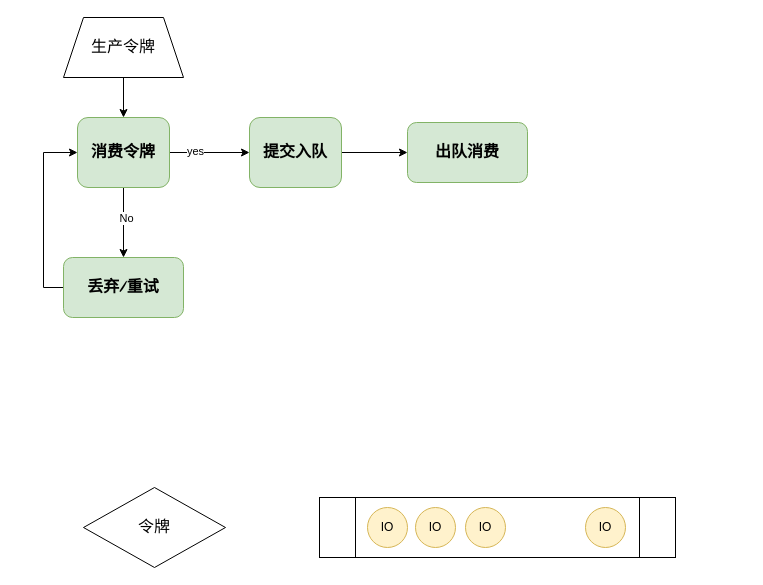
The draw.io diagram page "Qos" (17 of 17) of draw_blobstore.drawio in mawei029/milin_draw, before the edit. Source tidied: cells renumbered, new cells numbered last; positions are measured from the earlier drawing's top-left corner, leaving out a move shared by most shapes. Both pictures are drawn from the tidied source at 100%, with x=0, y=0 at pixel (43, 17).
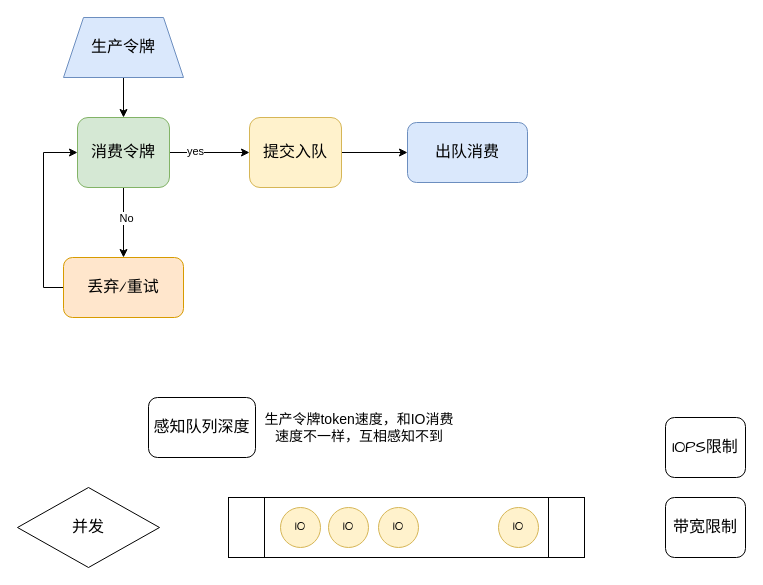
After the change.

What changed in the source:
```diff
@@
-    <mxCell id="2" style="edgeStyle=orthogonalEdgeStyle;rounded=0;jettySize=auto;html=1;" parent="1" edge="1" source="6" target="10">
+    <mxCell id="2" style="edgeStyle=orthogonalEdgeStyle;rounded=0;jettySize=auto;html=1;fontSize=14;" parent="1" edge="1" source="6" target="10">
       <mxGeometry relative="1" as="geometry" />
     </mxCell>
@@
-    <mxCell id="4" style="edgeStyle=orthogonalEdgeStyle;rounded=0;jettySize=auto;html=1;" parent="1" edge="1" source="6" target="12">
+    <mxCell id="4" style="edgeStyle=orthogonalEdgeStyle;rounded=0;jettySize=auto;html=1;fontSize=14;" parent="1" edge="1" source="6" target="12">
       <mxGeometry relative="1" as="geometry" />
     </mxCell>
@@
-    <mxCell id="6" value="消费令牌" style="rounded=1;whiteSpace=wrap;html=1;fontFamily=Comic Sans MS;fontStyle=1;fontSize=16;align=center;fillColor=#d5e8d4;strokeColor=#82b366;" parent="1" vertex="1">
+    <mxCell id="6" value="消费令牌" style="rounded=1;whiteSpace=wrap;html=1;fontFamily=Comic Sans MS;fontStyle=0;fontSize=16;align=center;fillColor=#d5e8d4;strokeColor=#82b366;" parent="1" vertex="1">
       <mxGeometry x="34" y="100" width="92" height="70" as="geometry" />
     </mxCell>
@@
-    <mxCell id="8" value="生产令牌" style="shape=trapezoid;perimeter=trapezoidPerimeter;whiteSpace=wrap;html=1;fixedSize=1;fontFamily=Comic Sans MS;fontSize=16;" parent="1" vertex="1">
+    <mxCell id="8" value="生产令牌" style="shape=trapezoid;perimeter=trapezoidPerimeter;whiteSpace=wrap;html=1;fixedSize=1;fontFamily=Comic Sans MS;fontSize=16;fillColor=#dae8fc;strokeColor=#6c8ebf;fontStyle=0;" parent="1" vertex="1">
       <mxGeometry x="20" width="120" height="60" as="geometry" />
     </mxCell>
@@
-    <mxCell id="10" value="提交入队" style="rounded=1;whiteSpace=wrap;html=1;fontFamily=Comic Sans MS;fontStyle=1;fontSize=16;align=center;fillColor=#d5e8d4;strokeColor=#82b366;" parent="1" vertex="1">
+    <mxCell id="10" value="提交入队" style="rounded=1;whiteSpace=wrap;html=1;fontFamily=Comic Sans MS;fontStyle=0;fontSize=16;align=center;fillColor=#fff2cc;strokeColor=#d6b656;" parent="1" vertex="1">
       <mxGeometry x="206" y="100" width="92" height="70" as="geometry" />
     </mxCell>
@@
-    <mxCell id="12" value="丢弃/重试" style="whiteSpace=wrap;html=1;fontSize=16;fontFamily=Comic Sans MS;fillColor=#d5e8d4;strokeColor=#82b366;rounded=1;fontStyle=1;" parent="1" vertex="1">
+    <mxCell id="12" value="丢弃/重试" style="whiteSpace=wrap;html=1;fontSize=16;fontFamily=Comic Sans MS;fillColor=#ffe6cc;strokeColor=#d79b00;rounded=1;fontStyle=0;" parent="1" vertex="1">
       <mxGeometry x="20" y="240" width="120" height="60" as="geometry" />
     </mxCell>
-    <mxCell id="13" value="出队消费" style="whiteSpace=wrap;html=1;fontSize=16;fontFamily=Comic Sans MS;fillColor=#d5e8d4;strokeColor=#82b366;rounded=1;fontStyle=1;" parent="1" vertex="1">
+    <mxCell id="13" value="出队消费" style="whiteSpace=wrap;html=1;fontSize=16;fontFamily=Comic Sans MS;fillColor=#dae8fc;strokeColor=#6c8ebf;rounded=1;fontStyle=0;" parent="1" vertex="1">
       <mxGeometry x="364" y="105" width="120" height="60" as="geometry" />
     </mxCell>
-    <mxCell id="14" value="令牌" style="rhombus;whiteSpace=wrap;html=1;fontFamily=Comic Sans MS;fontSize=16;" parent="1" vertex="1">
-      <mxGeometry x="40" y="470" width="142" height="80" as="geometry" />
+    <mxCell id="14" value="并发" style="rhombus;whiteSpace=wrap;html=1;fontFamily=Comic Sans MS;fontSize=16;" parent="1" vertex="1">
+      <mxGeometry x="-26" y="470" width="142" height="80" as="geometry" />
     </mxCell>
     <mxCell id="15" style="shape=process;whiteSpace=wrap;html=1;backgroundOutline=1;" parent="1" vertex="1">
-      <mxGeometry x="276" y="480" width="356" height="60" as="geometry" />
+      <mxGeometry x="185" y="480" width="356" height="60" as="geometry" />
     </mxCell>
-    <mxCell id="16" value="IO" style="ellipse;whiteSpace=wrap;html=1;fillColor=#fff2cc;strokeColor=#d6b656;" parent="1" vertex="1">
-      <mxGeometry x="324" y="490" width="40" height="40" as="geometry" />
+    <mxCell id="16" value="IO" style="ellipse;whiteSpace=wrap;html=1;fillColor=#fff2cc;strokeColor=#d6b656;fontFamily=Comic Sans MS;" parent="1" vertex="1">
+      <mxGeometry x="237" y="490" width="40" height="40" as="geometry" />
     </mxCell>
-    <mxCell id="17" value="IO" style="ellipse;whiteSpace=wrap;html=1;fillColor=#fff2cc;strokeColor=#d6b656;" parent="1" vertex="1">
-      <mxGeometry x="372" y="490" width="40" height="40" as="geometry" />
+    <mxCell id="17" value="IO" style="ellipse;whiteSpace=wrap;html=1;fillColor=#fff2cc;strokeColor=#d6b656;fontFamily=Comic Sans MS;" parent="1" vertex="1">
+      <mxGeometry x="285" y="490" width="40" height="40" as="geometry" />
     </mxCell>
-    <mxCell id="18" value="IO" style="ellipse;whiteSpace=wrap;html=1;fillColor=#fff2cc;strokeColor=#d6b656;" parent="1" vertex="1">
-      <mxGeometry x="422" y="490" width="40" height="40" as="geometry" />
+    <mxCell id="18" value="IO" style="ellipse;whiteSpace=wrap;html=1;fillColor=#fff2cc;strokeColor=#d6b656;fontFamily=Comic Sans MS;" parent="1" vertex="1">
+      <mxGeometry x="335" y="490" width="40" height="40" as="geometry" />
     </mxCell>
-    <mxCell id="19" value="IO" style="ellipse;whiteSpace=wrap;html=1;fillColor=#fff2cc;strokeColor=#d6b656;" parent="1" vertex="1">
-      <mxGeometry x="542" y="490" width="40" height="40" as="geometry" />
+    <mxCell id="19" value="IO" style="ellipse;whiteSpace=wrap;html=1;fillColor=#fff2cc;strokeColor=#d6b656;fontFamily=Comic Sans MS;" parent="1" vertex="1">
+      <mxGeometry x="455" y="490" width="40" height="40" as="geometry" />
     </mxCell>
+    <mxCell id="20" value="带宽限制" style="rounded=1;whiteSpace=wrap;html=1;fontSize=16;fontFamily=Comic Sans MS;" parent="1" vertex="1">
+      <mxGeometry x="622" y="480" width="80" height="60" as="geometry" />
+    </mxCell>
+    <mxCell id="21" value="IOPS限制" style="rounded=1;whiteSpace=wrap;html=1;fontSize=16;fontFamily=Comic Sans MS;" parent="1" vertex="1">
+      <mxGeometry x="622" y="400" width="80" height="60" as="geometry" />
+    </mxCell>
+    <mxCell id="22" value="感知队列深度" style="rounded=1;whiteSpace=wrap;html=1;fontSize=16;fontFamily=Comic Sans MS;" parent="1" vertex="1">
+      <mxGeometry x="105" y="380" width="107" height="60" as="geometry" />
+    </mxCell>
+    <mxCell id="23" value="生产令牌token速度，和IO消费速度不一样，互相感知不到" style="text;html=1;align=center;verticalAlign=middle;whiteSpace=wrap;rounded=0;fontSize=14;" parent="1" vertex="1">
+      <mxGeometry x="220" y="395" width="192" height="30" as="geometry" />
+    </mxCell>
```
